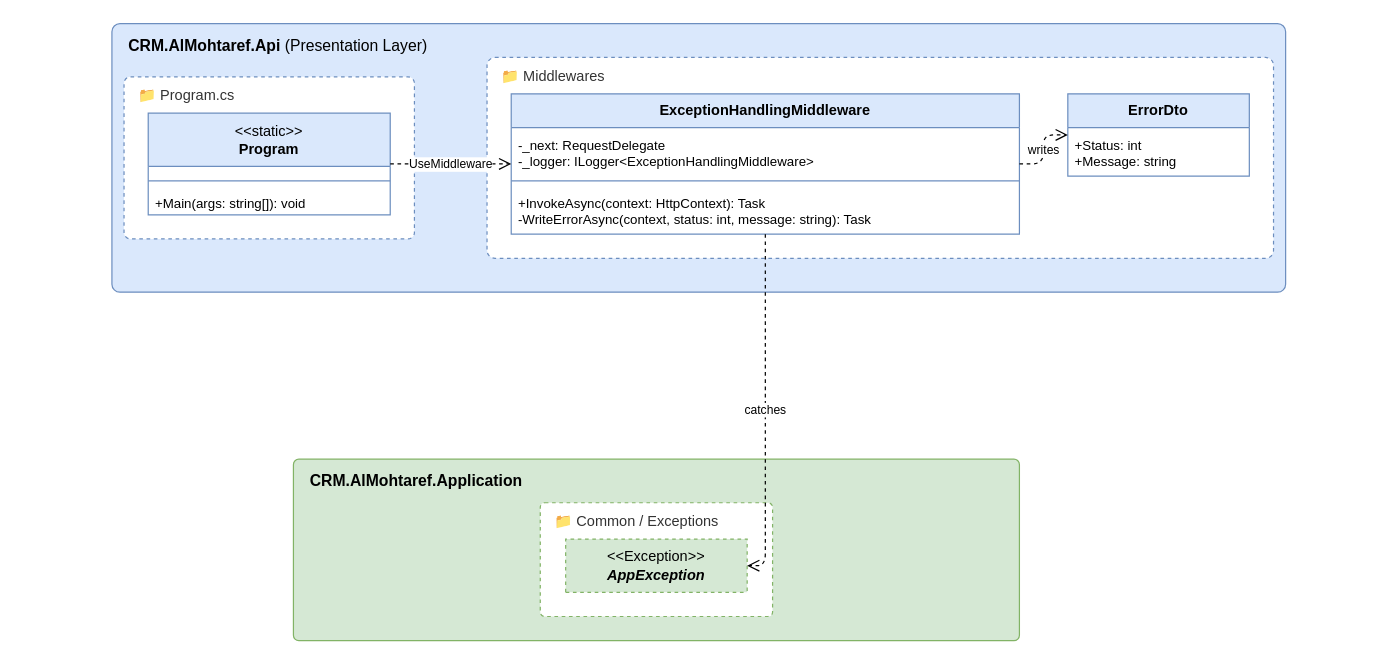
The draw.io diagram page "02 Program & Middlewares" (2 of 9) of docs/design/classes/api.drawio in QF-MJ/crm-al-mohtaref, before the edit. Source tidied: cells renumbered, new cells numbered last; positions are measured from the earlier drawing's top-left corner, leaving out a move shared by most shapes. Both pictures are drawn from the tidied source at 121%, with x=0, y=0 at pixel (111, 23).
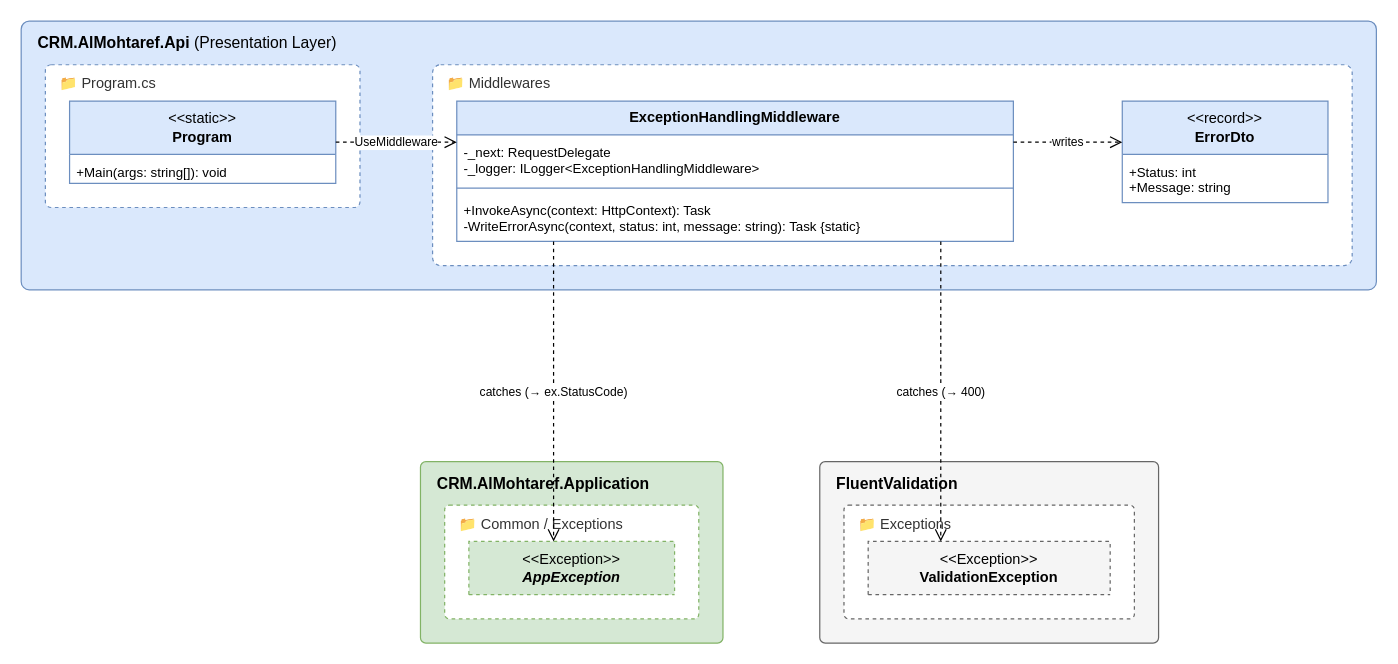
After the change.

What changed in the source:
```diff
@@
     <mxCell id="2" value="&lt;b&gt;CRM.AlMohtaref.Api&lt;/b&gt; (Presentation Layer)" style="rounded=1;whiteSpace=wrap;html=1;verticalAlign=top;align=left;spacingLeft=12;spacingTop=4;arcSize=3;fillColor=#dae8fc;strokeColor=#6c8ebf;fontSize=13;" parent="1" vertex="1">
-      <mxGeometry width="970" height="222" as="geometry" />
+      <mxGeometry x="-75" y="-2" width="1120" height="222" as="geometry" />
     </mxCell>
     <mxCell id="3" value="&amp;#128193; Program.cs" style="rounded=1;whiteSpace=wrap;html=1;verticalAlign=top;align=left;spacingLeft=10;spacingTop=2;arcSize=4;fillColor=#FFFFFF;strokeColor=#6c8ebf;dashed=1;fontSize=12;fontColor=#333333;" parent="2" vertex="1">
-      <mxGeometry x="10" y="44" width="240" height="134" as="geometry" />
+      <mxGeometry x="20" y="36" width="260" height="118" as="geometry" />
     </mxCell>
     <mxCell id="4" value="&amp;lt;&amp;lt;static&amp;gt;&amp;gt;&lt;br&gt;&lt;b&gt;Program&lt;/b&gt;" style="swimlane;fontStyle=0;align=center;verticalAlign=middle;horizontal=1;startSize=44;html=1;whiteSpace=wrap;fontSize=12;fillColor=#dae8fc;strokeColor=#6c8ebf;swimlaneFillColor=#FFFFFF;" parent="3" vertex="1">
-      <mxGeometry x="20" y="30" width="200" height="84" as="geometry" />
+      <mxGeometry x="20" y="30" width="220" height="68" as="geometry" />
     </mxCell>
-    <mxCell id="5" style="text;strokeColor=none;fillColor=none;align=left;verticalAlign=top;spacingLeft=4;spacingRight=4;spacingTop=2;overflow=hidden;whiteSpace=wrap;html=1;fontSize=11;" parent="4" vertex="1">
-      <mxGeometry y="44" width="200" height="8" as="geometry" />
-    </mxCell>
-    <mxCell id="6" style="line;strokeWidth=1;fillColor=none;align=left;verticalAlign=middle;spacingTop=-1;spacingLeft=3;spacingRight=3;labelPosition=right;strokeColor=inherit;" parent="4" vertex="1">
-      <mxGeometry y="52" width="200" height="8" as="geometry" />
-    </mxCell>
     <mxCell id="7" value="+Main(args: string[]): void" style="text;strokeColor=none;fillColor=none;align=left;verticalAlign=top;spacingLeft=4;spacingRight=4;spacingTop=2;overflow=hidden;whiteSpace=wrap;html=1;fontSize=11;" parent="4" vertex="1">
-      <mxGeometry y="60" width="200" height="24" as="geometry" />
+      <mxGeometry y="44" width="220" height="24" as="geometry" />
     </mxCell>
     <mxCell id="8" value="&amp;#128193; Middlewares" style="rounded=1;whiteSpace=wrap;html=1;verticalAlign=top;align=left;spacingLeft=10;spacingTop=2;arcSize=4;fillColor=#FFFFFF;strokeColor=#6c8ebf;dashed=1;fontSize=12;fontColor=#333333;" parent="2" vertex="1">
-      <mxGeometry x="310" y="28" width="650" height="166" as="geometry" />
+      <mxGeometry x="340" y="36" width="760" height="166" as="geometry" />
     </mxCell>
     <mxCell id="9" value="&lt;b&gt;ExceptionHandlingMiddleware&lt;/b&gt;" style="swimlane;fontStyle=0;align=center;verticalAlign=middle;horizontal=1;startSize=28;html=1;whiteSpace=wrap;fontSize=12;fillColor=#dae8fc;strokeColor=#6c8ebf;swimlaneFillColor=#FFFFFF;" parent="8" vertex="1">
-      <mxGeometry x="20" y="30" width="420" height="116" as="geometry" />
+      <mxGeometry x="20" y="30" width="460" height="116" as="geometry" />
     </mxCell>
     <mxCell id="10" value="-_next: RequestDelegate&lt;br&gt;-_logger: ILogger&amp;lt;ExceptionHandlingMiddleware&amp;gt;" style="text;strokeColor=none;fillColor=none;align=left;verticalAlign=top;spacingLeft=4;spacingRight=4;spacingTop=2;overflow=hidden;whiteSpace=wrap;html=1;fontSize=11;" parent="9" vertex="1">
-      <mxGeometry y="28" width="420" height="40" as="geometry" />
+      <mxGeometry y="28" width="460" height="40" as="geometry" />
     </mxCell>
     <mxCell id="11" style="line;strokeWidth=1;fillColor=none;align=left;verticalAlign=middle;spacingTop=-1;spacingLeft=3;spacingRight=3;labelPosition=right;strokeColor=inherit;" parent="9" vertex="1">
-      <mxGeometry y="68" width="420" height="8" as="geometry" />
+      <mxGeometry y="68" width="460" height="8" as="geometry" />
     </mxCell>
-    <mxCell id="12" value="+InvokeAsync(context: HttpContext): Task&lt;br&gt;-WriteErrorAsync(context, status: int, message: string): Task" style="text;strokeColor=none;fillColor=none;align=left;verticalAlign=top;spacingLeft=4;spacingRight=4;spacingTop=2;overflow=hidden;whiteSpace=wrap;html=1;fontSize=11;" parent="9" vertex="1">
-      <mxGeometry y="76" width="420" height="40" as="geometry" />
+    <mxCell id="12" value="+InvokeAsync(context: HttpContext): Task&lt;br&gt;-WriteErrorAsync(context, status: int, message: string): Task {static}" style="text;strokeColor=none;fillColor=none;align=left;verticalAlign=top;spacingLeft=4;spacingRight=4;spacingTop=2;overflow=hidden;whiteSpace=wrap;html=1;fontSize=11;" parent="9" vertex="1">
+      <mxGeometry y="76" width="460" height="40" as="geometry" />
     </mxCell>
-    <mxCell id="13" value="&lt;b&gt;ErrorDto&lt;/b&gt;" style="swimlane;fontStyle=0;align=center;verticalAlign=middle;horizontal=1;startSize=28;html=1;whiteSpace=wrap;fontSize=12;fillColor=#dae8fc;strokeColor=#6c8ebf;swimlaneFillColor=#FFFFFF;" parent="8" vertex="1">
-      <mxGeometry x="480" y="30" width="150" height="68" as="geometry" />
+    <mxCell id="13" value="&amp;lt;&amp;lt;record&amp;gt;&amp;gt;&lt;br&gt;&lt;b&gt;ErrorDto&lt;/b&gt;" style="swimlane;fontStyle=0;align=center;verticalAlign=middle;horizontal=1;startSize=44;html=1;whiteSpace=wrap;fontSize=12;fillColor=#dae8fc;strokeColor=#6c8ebf;swimlaneFillColor=#FFFFFF;" parent="8" vertex="1">
+      <mxGeometry x="570" y="30" width="170" height="84" as="geometry" />
     </mxCell>
     <mxCell id="14" value="+Status: int&lt;br&gt;+Message: string" style="text;strokeColor=none;fillColor=none;align=left;verticalAlign=top;spacingLeft=4;spacingRight=4;spacingTop=2;overflow=hidden;whiteSpace=wrap;html=1;fontSize=11;" parent="13" vertex="1">
-      <mxGeometry y="28" width="150" height="40" as="geometry" />
+      <mxGeometry y="44" width="170" height="40" as="geometry" />
     </mxCell>
     <mxCell id="15" value="&lt;b&gt;CRM.AlMohtaref.Application&lt;/b&gt;&amp;nbsp;" style="rounded=1;whiteSpace=wrap;html=1;verticalAlign=top;align=left;spacingLeft=12;spacingTop=4;arcSize=3;fillColor=#d5e8d4;strokeColor=#82b366;fontSize=13;" parent="1" vertex="1">
-      <mxGeometry x="150" y="360" width="600" height="150" as="geometry" />
+      <mxGeometry x="255" y="362" width="250" height="150" as="geometry" />
     </mxCell>
     <mxCell id="16" value="&amp;#128193; Common / Exceptions" style="rounded=1;whiteSpace=wrap;html=1;verticalAlign=top;align=left;spacingLeft=10;spacingTop=2;arcSize=4;fillColor=#FFFFFF;strokeColor=#82b366;dashed=1;fontSize=12;fontColor=#333333;" parent="15" vertex="1">
-      <mxGeometry x="204" y="36" width="192" height="94" as="geometry" />
+      <mxGeometry x="20" y="36" width="210" height="94" as="geometry" />
     </mxCell>
     <mxCell id="17" value="&amp;lt;&amp;lt;Exception&amp;gt;&amp;gt;&lt;br&gt;&lt;b&gt;&lt;i&gt;AppException&lt;/i&gt;&lt;/b&gt;" style="swimlane;fontStyle=0;align=center;verticalAlign=middle;horizontal=1;startSize=44;html=1;whiteSpace=wrap;fontSize=12;fillColor=#d5e8d4;strokeColor=#82b366;swimlaneFillColor=#FFFFFF;dashed=1;" parent="16" vertex="1">
-      <mxGeometry x="21" y="30" width="150" height="44" as="geometry" />
+      <mxGeometry x="20" y="30" width="170" height="44" as="geometry" />
     </mxCell>
+    <mxCell id="21" value="&lt;b&gt;FluentValidation&lt;/b&gt;" style="rounded=1;whiteSpace=wrap;html=1;verticalAlign=top;align=left;spacingLeft=12;spacingTop=4;arcSize=3;fillColor=#f5f5f5;strokeColor=#666666;fontSize=13;" parent="1" vertex="1">
+      <mxGeometry x="585" y="362" width="280" height="150" as="geometry" />
+    </mxCell>
+    <mxCell id="22" value="&amp;#128193; Exceptions" style="rounded=1;whiteSpace=wrap;html=1;verticalAlign=top;align=left;spacingLeft=10;spacingTop=2;arcSize=4;fillColor=#FFFFFF;strokeColor=#666666;dashed=1;fontSize=12;fontColor=#333333;" parent="21" vertex="1">
+      <mxGeometry x="20" y="36" width="240" height="94" as="geometry" />
+    </mxCell>
+    <mxCell id="23" value="&amp;lt;&amp;lt;Exception&amp;gt;&amp;gt;&lt;br&gt;&lt;b&gt;ValidationException&lt;/b&gt;" style="swimlane;fontStyle=0;align=center;verticalAlign=middle;horizontal=1;startSize=44;html=1;whiteSpace=wrap;fontSize=12;fillColor=#f5f5f5;strokeColor=#666666;swimlaneFillColor=#FFFFFF;dashed=1;" parent="22" vertex="1">
+      <mxGeometry x="20" y="30" width="200" height="44" as="geometry" />
+    </mxCell>
-    <mxCell id="18" value="UseMiddleware" style="endArrow=open;endSize=8;dashed=1;html=1;edgeStyle=orthogonalEdgeStyle;rounded=1;fontSize=10;labelBackgroundColor=#FFFFFF;" parent="1" edge="1" source="4" target="9">
+    <mxCell id="18" value="UseMiddleware" style="endArrow=open;endSize=8;dashed=1;html=1;edgeStyle=orthogonalEdgeStyle;rounded=1;fontSize=10;labelBackgroundColor=#FFFFFF;exitX=1.0000;exitY=0.5000;exitDx=0;exitDy=0;entryX=0.0000;entryY=0.2931;entryDx=0;entryDy=0;" parent="1" edge="1" source="4" target="9">
       <mxGeometry relative="1" as="geometry" />
     </mxCell>
-    <mxCell id="19" value="writes" style="endArrow=open;endSize=8;dashed=1;html=1;edgeStyle=orthogonalEdgeStyle;rounded=1;fontSize=10;labelBackgroundColor=#FFFFFF;" parent="1" edge="1" source="9" target="13">
+    <mxCell id="19" value="writes" style="endArrow=open;endSize=8;dashed=1;html=1;edgeStyle=orthogonalEdgeStyle;rounded=1;fontSize=10;labelBackgroundColor=#FFFFFF;exitX=1.0000;exitY=0.2931;exitDx=0;exitDy=0;entryX=0.0000;entryY=0.4048;entryDx=0;entryDy=0;" parent="1" edge="1" source="9" target="13">
       <mxGeometry relative="1" as="geometry" />
     </mxCell>
-    <mxCell id="20" value="catches" style="endArrow=open;endSize=8;dashed=1;html=1;edgeStyle=orthogonalEdgeStyle;rounded=1;fontSize=10;labelBackgroundColor=#FFFFFF;entryX=1;entryY=0.5;entryDx=0;entryDy=0;" parent="1" edge="1" source="9" target="17">
+    <mxCell id="20" value="catches (→ ex.StatusCode)" style="endArrow=open;endSize=8;dashed=1;html=1;edgeStyle=orthogonalEdgeStyle;rounded=1;fontSize=10;labelBackgroundColor=#FFFFFF;exitX=0.1739;exitY=1.0000;exitDx=0;exitDy=0;entryX=0.4118;entryY=0.0000;entryDx=0;entryDy=0;" parent="1" edge="1" source="9" target="17">
       <mxGeometry relative="1" as="geometry" />
     </mxCell>
+    <mxCell id="24" value="catches (→ 400)" style="endArrow=open;endSize=8;dashed=1;html=1;edgeStyle=orthogonalEdgeStyle;rounded=1;fontSize=10;labelBackgroundColor=#FFFFFF;exitX=0.8696;exitY=1.0000;exitDx=0;exitDy=0;entryX=0.3000;entryY=0.0000;entryDx=0;entryDy=0;" parent="1" edge="1" source="9" target="23">
+      <mxGeometry relative="1" as="geometry" />
+    </mxCell>
```
